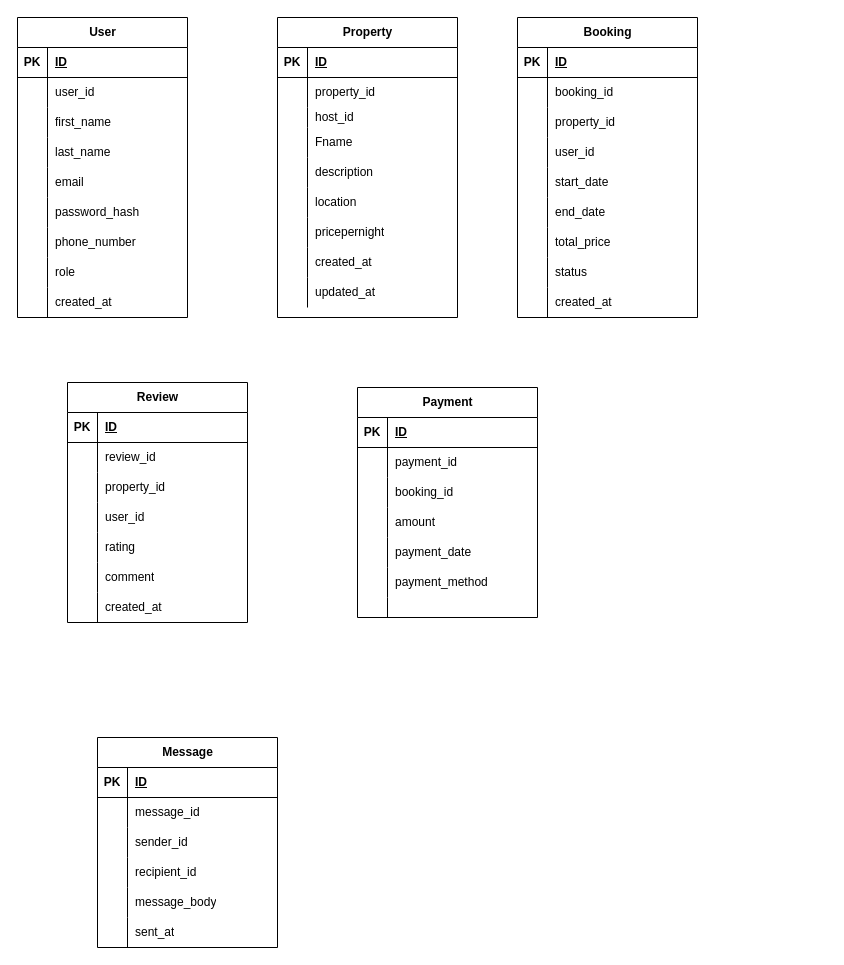
This is page "Page-2" (2 of 2) of ERD/ALX DB.drawio from Amandecoe/alx-airbnb-database, a draw.io file, before an edit. Source tidied: cells renumbered, new cells numbered last; positions are measured from the earlier drawing's top-left corner, leaving out a move shared by most shapes. Both pictures are drawn from the tidied source at 100%, with x=0, y=0 at pixel (17, 17).
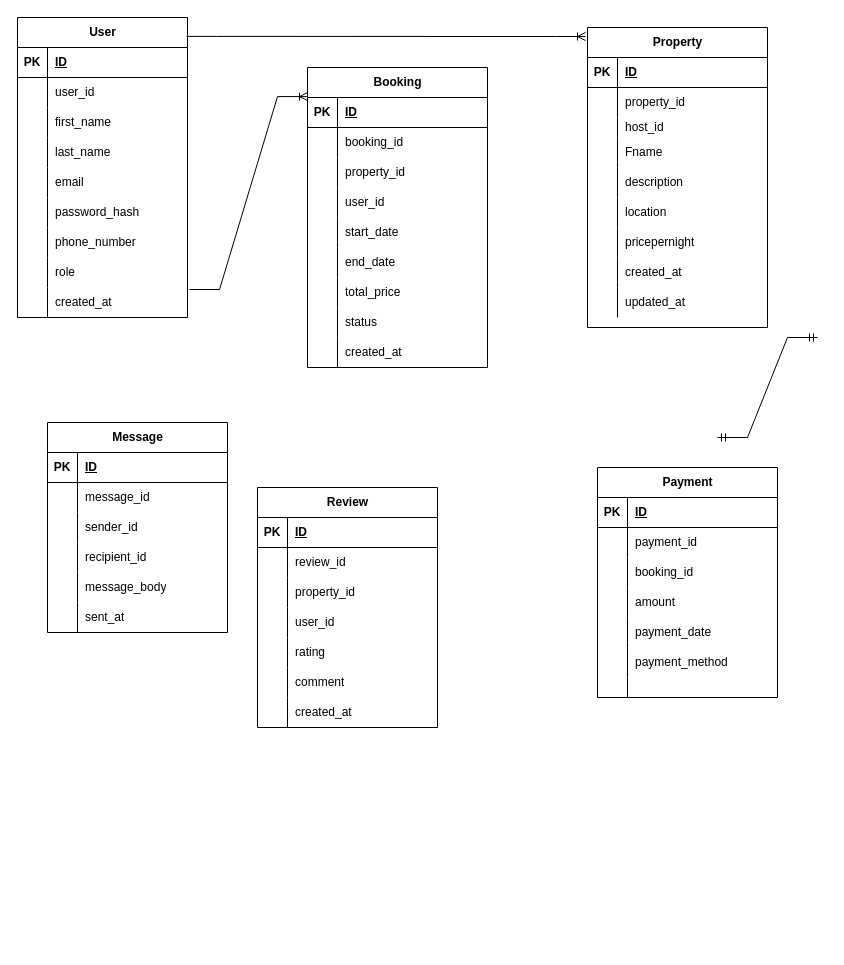
Above is the later version.

The change refers to these unchanged cells:
```xml
<mxCell id="2" value="&lt;div&gt;User&lt;/div&gt;" style="shape=table;startSize=30;childLayout=tableLayout;rowLines=0;fontStyle=1;align=center;html=1;" parent="1" vertex="1">
  <mxGeometry width="170" height="300" as="geometry" />
</mxCell>
<mxCell id="27" style="shape=tableRow;horizontal=0;startSize=0;swimlaneHead=0;swimlaneBody=0;fillColor=none;points=[[0,0.5],[1,0.5]];portConstraint=eastwest;top=0;left=0;right=0;bottom=0;" parent="2" vertex="1">
  <mxGeometry y="270" width="170" height="30" as="geometry" />
</mxCell>
```

What changed in the source:
```diff
@@
     <mxCell id="30" value="Property" style="shape=table;startSize=30;childLayout=tableLayout;rowLines=0;fontStyle=1;align=center;html=1;" parent="1" vertex="1">
-      <mxGeometry x="260" width="180" height="300" as="geometry" />
+      <mxGeometry x="570" y="10" width="180" height="300" as="geometry" />
     </mxCell>
@@
     <mxCell id="58" value="Booking" style="shape=table;startSize=30;childLayout=tableLayout;rowLines=0;fontStyle=1;align=center;html=1;" parent="1" vertex="1">
-      <mxGeometry x="500" width="180" height="300" as="geometry" />
+      <mxGeometry x="290" y="50" width="180" height="300" as="geometry" />
     </mxCell>
@@
     <mxCell id="86" value="Payment" style="shape=table;startSize=30;childLayout=tableLayout;rowLines=0;fontStyle=1;align=center;html=1;" parent="1" vertex="1">
-      <mxGeometry x="340" y="370" width="180" height="230" as="geometry" />
+      <mxGeometry x="580" y="450" width="180" height="230" as="geometry" />
     </mxCell>
@@
     <mxCell id="108" value="Review" style="shape=table;startSize=30;childLayout=tableLayout;rowLines=0;fontStyle=1;align=center;html=1;" parent="1" vertex="1">
-      <mxGeometry x="50" y="365" width="180" height="240" as="geometry" />
+      <mxGeometry x="240" y="470" width="180" height="240" as="geometry" />
     </mxCell>
@@
     <mxCell id="130" value="Message" style="shape=table;startSize=30;childLayout=tableLayout;rowLines=0;fontStyle=1;align=center;html=1;" parent="1" vertex="1">
-      <mxGeometry x="80" y="720" width="180" height="210" as="geometry" />
+      <mxGeometry x="30" y="405" width="180" height="210" as="geometry" />
     </mxCell>
@@
+    <mxCell id="149" style="edgeStyle=entityRelationEdgeStyle;fontSize=12;html=1;endArrow=ERoneToMany;rounded=0;exitX=1.012;exitY=0.067;exitDx=0;exitDy=0;exitPerimeter=0;entryX=0;entryY=0.097;entryDx=0;entryDy=0;entryPerimeter=0;" parent="1" edge="1" source="27" target="58">
+      <mxGeometry relative="1" as="geometry" />
+    </mxCell>
+    <mxCell id="150" style="edgeStyle=entityRelationEdgeStyle;fontSize=12;html=1;endArrow=ERoneToMany;rounded=0;exitX=0.994;exitY=0.063;exitDx=0;exitDy=0;exitPerimeter=0;entryX=-0.011;entryY=0.03;entryDx=0;entryDy=0;entryPerimeter=0;" parent="1" edge="1" source="2" target="30">
+      <mxGeometry relative="1" as="geometry" />
+    </mxCell>
+    <mxCell id="151" style="edgeStyle=entityRelationEdgeStyle;fontSize=12;html=1;endArrow=ERmandOne;startArrow=ERmandOne;rounded=0;" parent="1" edge="1">
+      <mxGeometry relative="1" as="geometry">
+        <mxPoint x="700" y="420" as="sourcePoint" />
+        <mxPoint x="800" y="320" as="targetPoint" />
+      </mxGeometry>
+    </mxCell>
```
